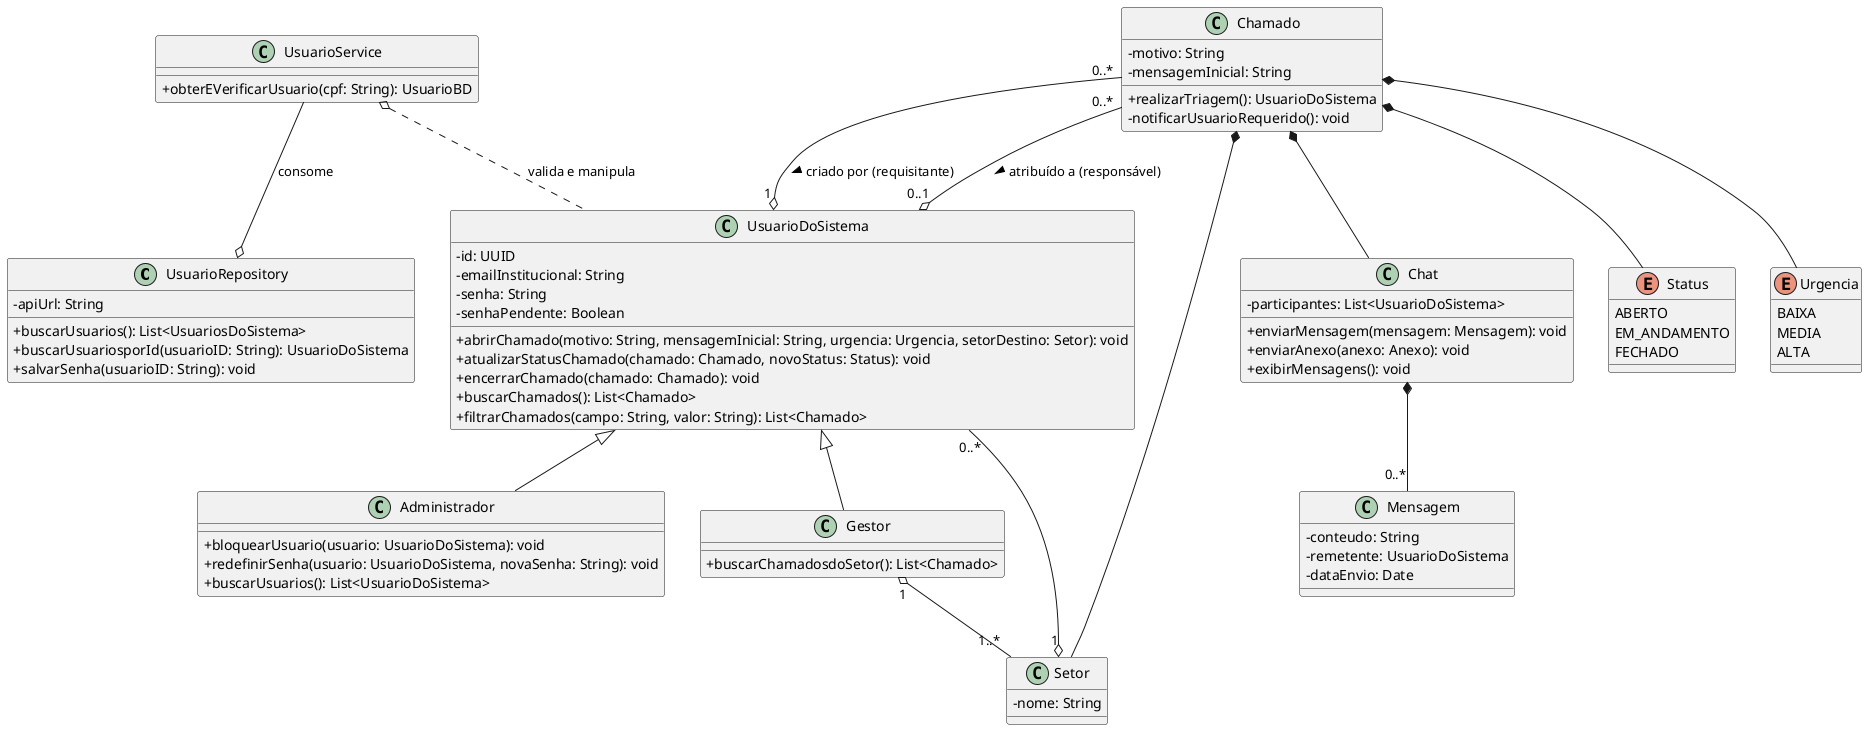
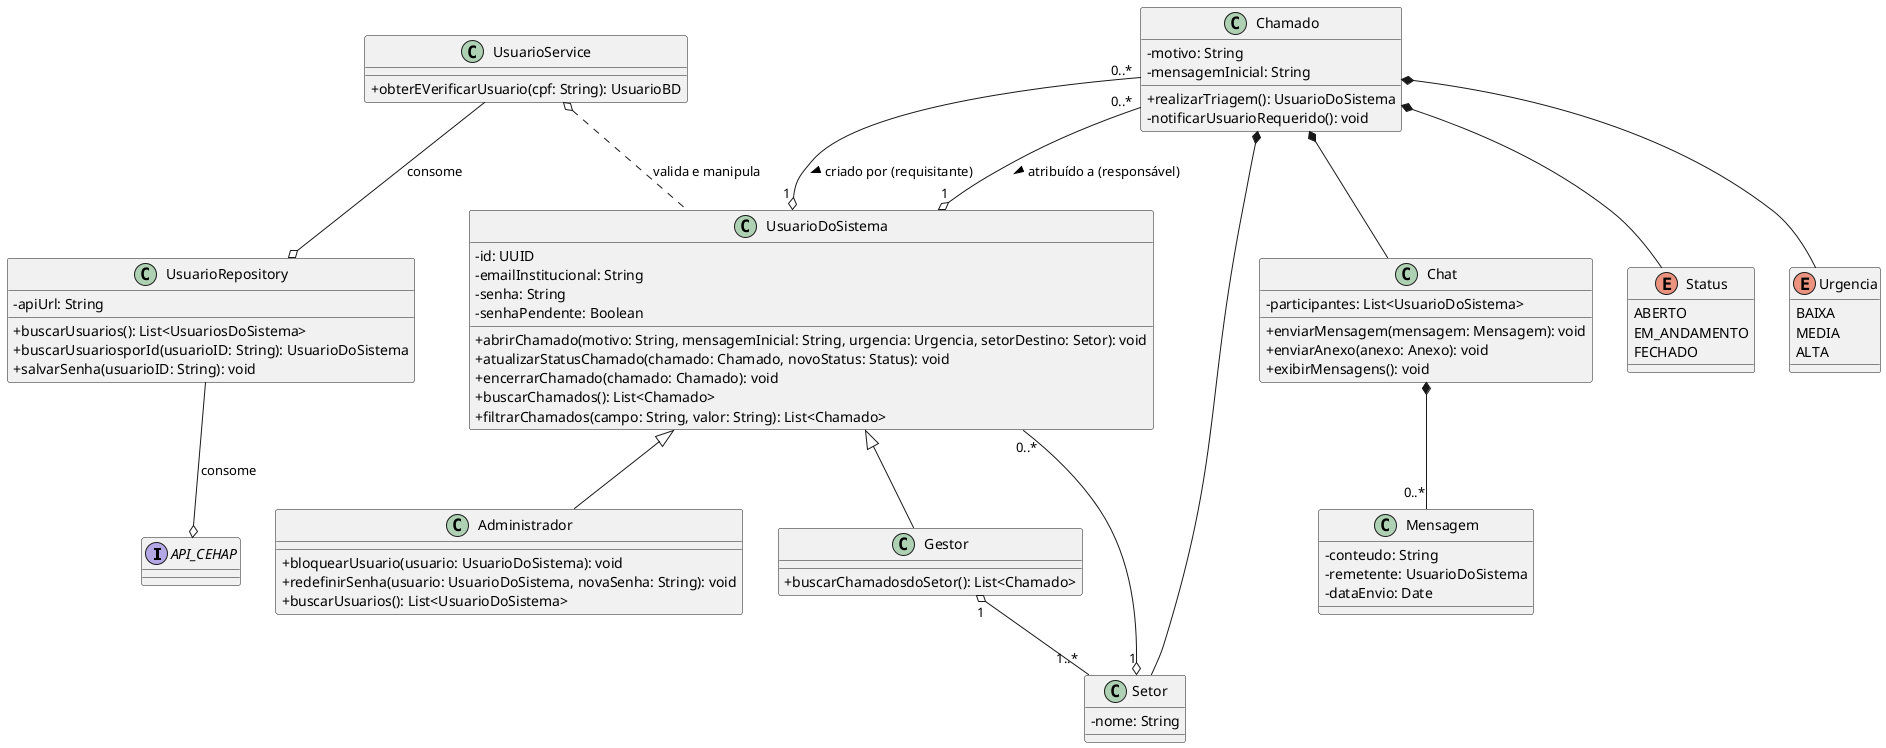
@startuml
skinparam classAttributeIconSize 0
skinparam visibilityCharCharSeparator " "

' ==========================================
' DEFINIÇÕES DE CLASSES E ENUMS
' ==========================================
+ 
+ interface API_CEHAP as "API_CEHAP" {
+ }
+ 
+ 

class UsuarioRepository{
    -apiUrl: String

    +buscarUsuarios(): List<UsuariosDoSistema>
    +buscarUsuariosporId(usuarioID: String): UsuarioDoSistema
    +salvarSenha(usuarioID: String): void

}

class UsuarioService{
    + obterEVerificarUsuario(cpf: String): UsuarioBD
}

class UsuarioDoSistema {
    -id: UUID
    -emailInstitucional: String
    -senha: String
    -senhaPendente: Boolean

    ' Métodos gerais de fluxo de chamados
    +abrirChamado(motivo: String, mensagemInicial: String, urgencia: Urgencia, setorDestino: Setor): void
    +atualizarStatusChamado(chamado: Chamado, novoStatus: Status): void
    +encerrarChamado(chamado: Chamado): void
    +buscarChamados(): List<Chamado>
    +filtrarChamados(campo: String, valor: String): List<Chamado>
}



class Administrador {
    ' Responsabilidades exclusivas de administração
    +bloquearUsuario(usuario: UsuarioDoSistema): void
    +redefinirSenha(usuario: UsuarioDoSistema, novaSenha: String): void
    +buscarUsuarios(): List<UsuarioDoSistema>
}

class Gestor {
    ' Responsabilidades exclusivas de gestão de setor
    +buscarChamadosdoSetor(): List<Chamado>
}

class Setor {
    -nome: String
}

class Chamado {
    -motivo: String
    -mensagemInicial: String
    +realizarTriagem(): UsuarioDoSistema
    -notificarUsuarioRequerido(): void
}

class Chat {
    -participantes: List<UsuarioDoSistema>
    +enviarMensagem(mensagem: Mensagem): void
    +enviarAnexo(anexo: Anexo): void
    +exibirMensagens(): void
}

class Mensagem {
    -conteudo: String
    -remetente: UsuarioDoSistema
    -dataEnvio: Date
}

enum Status {
    ABERTO
    EM_ANDAMENTO
    FECHADO
}

enum Urgencia {
    BAIXA
    MEDIA
    ALTA
}

' ==========================================
' RELACIONAMENTOS E ASSOCIAÇÕES
' ==========================================

' Relação API com Usuarios
UsuarioService --o UsuarioRepository : "consome"
+ UsuarioRepository --o API_CEHAP : "consome"
UsuarioService o.down. UsuarioDoSistema : "valida e manipula"

' Heranças
UsuarioDoSistema <|-- Administrador
UsuarioDoSistema <|-- Gestor

' Relacionamentos de Setor e Usuários
Gestor "1" o-- "1..*" Setor
Setor "1" o-- "0..*" UsuarioDoSistema

' Relacionamentos de Chamado
Chamado *-- Urgencia
Chamado *-- Status
Chamado *-- Setor
Chamado *-- Chat
Chamado "0..*" --o "1" UsuarioDoSistema : criado por (requisitante) >
- Chamado "0..*" --o "0..1" UsuarioDoSistema : atribuído a (responsável) >
+ Chamado "0..*" --o "1" UsuarioDoSistema : atribuído a (responsável) >

' Relacionamentos de Chat e Mensagem
Chat *-- "0..*" Mensagem

@enduml